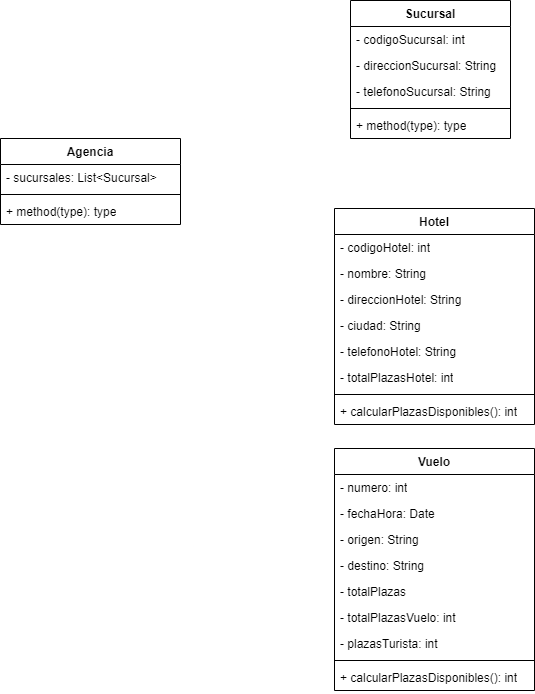
mackstm/ets keeps this draw.io diagram as unidad-4/Class-Diagram-Maxi/agencia-viajes-maxi.png. Above is the earlier version. Source tidied: cells renumbered, new cells last; positions are measured from the earlier drawing's top-left corner, leaving out a move shared by most shapes.
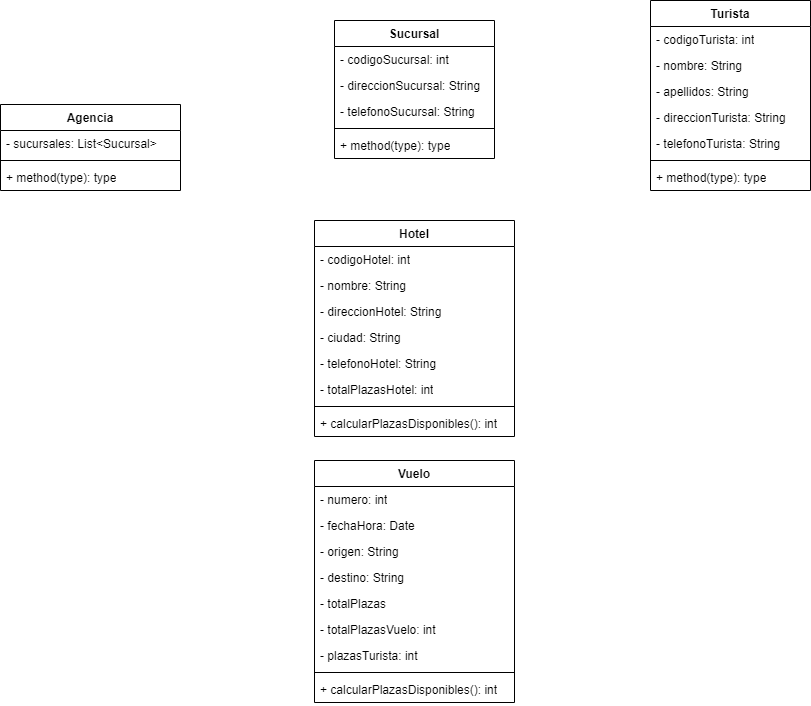
After the change.

What changed in the source:
```diff
@@ -3,7 +3,7 @@
     <mxCell id="0" />
     <mxCell id="1" parent="0" />
     <mxCell id="2" value="Agencia" style="swimlane;fontStyle=1;align=center;verticalAlign=top;horizontal=1;startSize=26;whiteSpace=wrap;html=1;" parent="1" vertex="1">
-      <mxGeometry y="138" width="180" height="86" as="geometry" />
+      <mxGeometry x="20" y="92" width="180" height="86" as="geometry" />
     </mxCell>
     <mxCell id="3" value="- sucursales: List&amp;lt;Sucursal&amp;gt;" style="text;strokeColor=none;fillColor=none;align=left;verticalAlign=top;spacingLeft=4;spacingRight=4;overflow=hidden;whiteSpace=wrap;html=1;" parent="2" vertex="1">
       <mxGeometry y="26" width="180" height="26" as="geometry" />
@@ -15,7 +15,7 @@
       <mxGeometry y="60" width="180" height="26" as="geometry" />
     </mxCell>
     <mxCell id="6" value="Sucursal" style="swimlane;fontStyle=1;align=center;verticalAlign=top;horizontal=1;startSize=26;whiteSpace=wrap;html=1;" parent="1" vertex="1">
-      <mxGeometry x="350" width="160" height="138" as="geometry" />
+      <mxGeometry x="354" y="8" width="160" height="138" as="geometry" />
     </mxCell>
     <mxCell id="7" value="- codigoSucursal: int" style="text;strokeColor=none;fillColor=none;align=left;verticalAlign=top;spacingLeft=4;spacingRight=4;overflow=hidden;whiteSpace=wrap;html=1;" parent="6" vertex="1">
       <mxGeometry y="26" width="160" height="26" as="geometry" />
@@ -89,5 +89,29 @@
     <mxCell id="30" value="+ calcularPlazasDisponibles(): int" style="text;strokeColor=none;fillColor=none;align=left;verticalAlign=top;spacingLeft=4;spacingRight=4;overflow=hidden;whiteSpace=wrap;html=1;" parent="21" vertex="1">
       <mxGeometry y="216" width="200" height="26" as="geometry" />
     </mxCell>
+    <mxCell id="31" value="Turista" style="swimlane;fontStyle=1;align=center;verticalAlign=top;horizontal=1;startSize=26;whiteSpace=wrap;html=1;" parent="1" vertex="1">
+      <mxGeometry x="670" y="-12" width="160" height="190" as="geometry" />
+    </mxCell>
+    <mxCell id="32" value="- codigoTurista: int" style="text;strokeColor=none;fillColor=none;align=left;verticalAlign=top;spacingLeft=4;spacingRight=4;overflow=hidden;whiteSpace=wrap;html=1;" parent="31" vertex="1">
+      <mxGeometry y="26" width="160" height="26" as="geometry" />
+    </mxCell>
+    <mxCell id="33" value="- nombre: String" style="text;strokeColor=none;fillColor=none;align=left;verticalAlign=top;spacingLeft=4;spacingRight=4;overflow=hidden;whiteSpace=wrap;html=1;" parent="31" vertex="1">
+      <mxGeometry y="52" width="160" height="26" as="geometry" />
+    </mxCell>
+    <mxCell id="34" value="- apellidos: String" style="text;strokeColor=none;fillColor=none;align=left;verticalAlign=top;spacingLeft=4;spacingRight=4;overflow=hidden;whiteSpace=wrap;html=1;" parent="31" vertex="1">
+      <mxGeometry y="78" width="160" height="26" as="geometry" />
+    </mxCell>
+    <mxCell id="35" value="- direccionTurista: String" style="text;strokeColor=none;fillColor=none;align=left;verticalAlign=top;spacingLeft=4;spacingRight=4;overflow=hidden;whiteSpace=wrap;html=1;" parent="31" vertex="1">
+      <mxGeometry y="104" width="160" height="26" as="geometry" />
+    </mxCell>
+    <mxCell id="36" value="- telefonoTurista: String" style="text;strokeColor=none;fillColor=none;align=left;verticalAlign=top;spacingLeft=4;spacingRight=4;overflow=hidden;whiteSpace=wrap;html=1;" parent="31" vertex="1">
+      <mxGeometry y="130" width="160" height="26" as="geometry" />
+    </mxCell>
+    <mxCell id="37" style="line;strokeWidth=1;fillColor=none;align=left;verticalAlign=middle;spacingTop=-1;spacingLeft=3;spacingRight=3;labelPosition=right;strokeColor=inherit;" parent="31" vertex="1">
+      <mxGeometry y="156" width="160" height="8" as="geometry" />
+    </mxCell>
+    <mxCell id="38" value="+ method(type): type" style="text;strokeColor=none;fillColor=none;align=left;verticalAlign=top;spacingLeft=4;spacingRight=4;overflow=hidden;whiteSpace=wrap;html=1;" parent="31" vertex="1">
+      <mxGeometry y="164" width="160" height="26" as="geometry" />
+    </mxCell>
   </root>
 </mxGraphModel>
```
